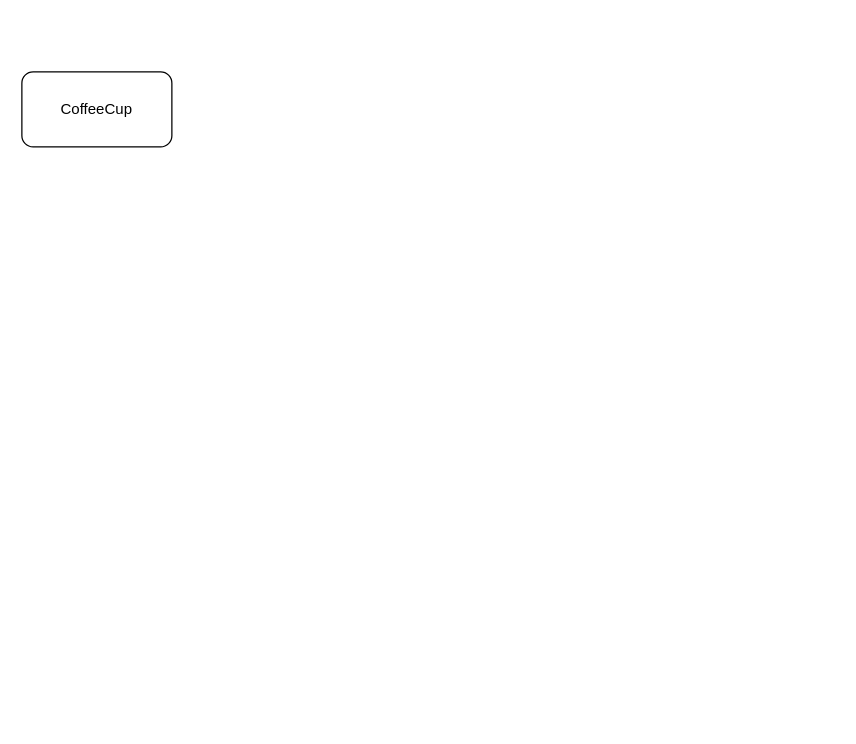
Above: web-dev-fundamentals.drawio in devzenu/draw-io (draw.io), before the change. Source tidied: cells renumbered, new cells numbered last; positions are measured from the earlier drawing's top-left corner, leaving out a move shared by most shapes. Both pictures are drawn from the tidied source at 125%, with x=0, y=0 at pixel (21, 71).
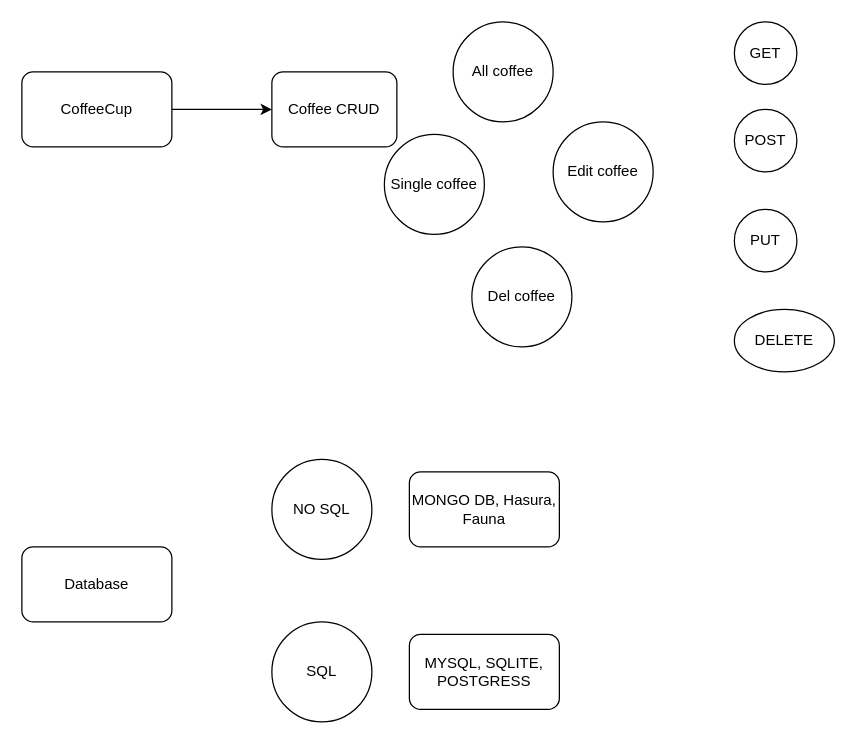
The same page after the edit.

Commit message:
crud, db info

Change to the diagram source:
```diff
@@
 <mxGraphModel>
   <root>
     <mxCell id="0" />
     <mxCell id="1" parent="0" />
+    <mxCell id="3" style="edgeStyle=orthogonalEdgeStyle;rounded=0;jettySize=auto;html=1;" parent="1" edge="1" source="2" target="4">
+      <mxGeometry relative="1" as="geometry" />
+    </mxCell>
     <mxCell id="2" value="CoffeeCup" style="rounded=1;whiteSpace=wrap;html=1;" parent="1" vertex="1">
       <mxGeometry width="120" height="60" as="geometry" />
     </mxCell>
+    <mxCell id="4" value="Coffee CRUD" style="rounded=1;whiteSpace=wrap;html=1;" parent="1" vertex="1">
+      <mxGeometry x="200" width="100" height="60" as="geometry" />
+    </mxCell>
+    <mxCell id="5" value="All coffee" style="ellipse;whiteSpace=wrap;html=1;" parent="1" vertex="1">
+      <mxGeometry x="345" y="-40" width="80" height="80" as="geometry" />
+    </mxCell>
+    <mxCell id="6" value="Edit coffee" style="ellipse;whiteSpace=wrap;html=1;" parent="1" vertex="1">
+      <mxGeometry x="425" y="40" width="80" height="80" as="geometry" />
+    </mxCell>
+    <mxCell id="7" value="Del coffee" style="ellipse;whiteSpace=wrap;html=1;" parent="1" vertex="1">
+      <mxGeometry x="360" y="140" width="80" height="80" as="geometry" />
+    </mxCell>
+    <mxCell id="8" value="Single coffee" style="ellipse;whiteSpace=wrap;html=1;" parent="1" vertex="1">
+      <mxGeometry x="290" y="50" width="80" height="80" as="geometry" />
+    </mxCell>
+    <mxCell id="9" value="GET" style="ellipse;whiteSpace=wrap;html=1;" parent="1" vertex="1">
+      <mxGeometry x="570" y="-40" width="50" height="50" as="geometry" />
+    </mxCell>
+    <mxCell id="10" value="POST" style="ellipse;whiteSpace=wrap;html=1;" parent="1" vertex="1">
+      <mxGeometry x="570" y="30" width="50" height="50" as="geometry" />
+    </mxCell>
+    <mxCell id="11" value="PUT" style="ellipse;whiteSpace=wrap;html=1;" parent="1" vertex="1">
+      <mxGeometry x="570" y="110" width="50" height="50" as="geometry" />
+    </mxCell>
+    <mxCell id="12" value="DELETE" style="ellipse;whiteSpace=wrap;html=1;" parent="1" vertex="1">
+      <mxGeometry x="570" y="190" width="80" height="50" as="geometry" />
+    </mxCell>
+    <mxCell id="13" value="Database" style="rounded=1;whiteSpace=wrap;html=1;" parent="1" vertex="1">
+      <mxGeometry y="380" width="120" height="60" as="geometry" />
+    </mxCell>
+    <mxCell id="14" value="NO SQL" style="ellipse;whiteSpace=wrap;html=1;" parent="1" vertex="1">
+      <mxGeometry x="200" y="310" width="80" height="80" as="geometry" />
+    </mxCell>
+    <mxCell id="15" value="SQL" style="ellipse;whiteSpace=wrap;html=1;" parent="1" vertex="1">
+      <mxGeometry x="200" y="440" width="80" height="80" as="geometry" />
+    </mxCell>
+    <mxCell id="16" value="MONGO DB, Hasura, Fauna" style="rounded=1;whiteSpace=wrap;html=1;" parent="1" vertex="1">
+      <mxGeometry x="310" y="320" width="120" height="60" as="geometry" />
+    </mxCell>
+    <mxCell id="17" value="MYSQL, SQLITE, POSTGRESS" style="rounded=1;whiteSpace=wrap;html=1;" parent="1" vertex="1">
+      <mxGeometry x="310" y="450" width="120" height="60" as="geometry" />
+    </mxCell>
   </root>
 </mxGraphModel>
```
